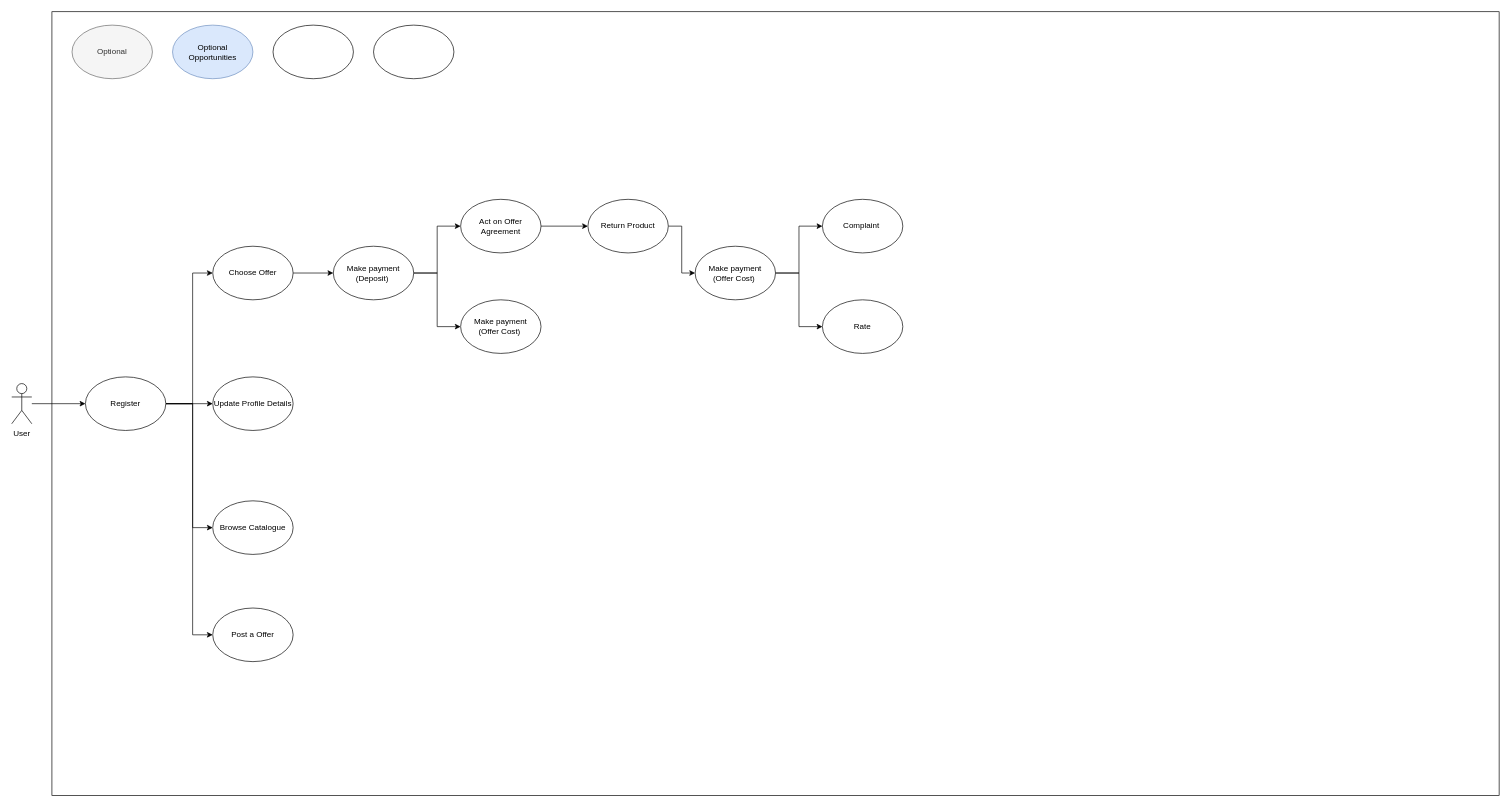
ashtonandrews1/HelpingHand keeps this draw.io diagram as Helpinghand_CaseDiagram.drawio. Above is the earlier version. Source tidied: cells renumbered, new cells numbered last; positions are measured from the earlier drawing's top-left corner, leaving out a move shared by most shapes. Both pictures are drawn from the tidied source at 67%, with x=0, y=0 at pixel (11, 11).
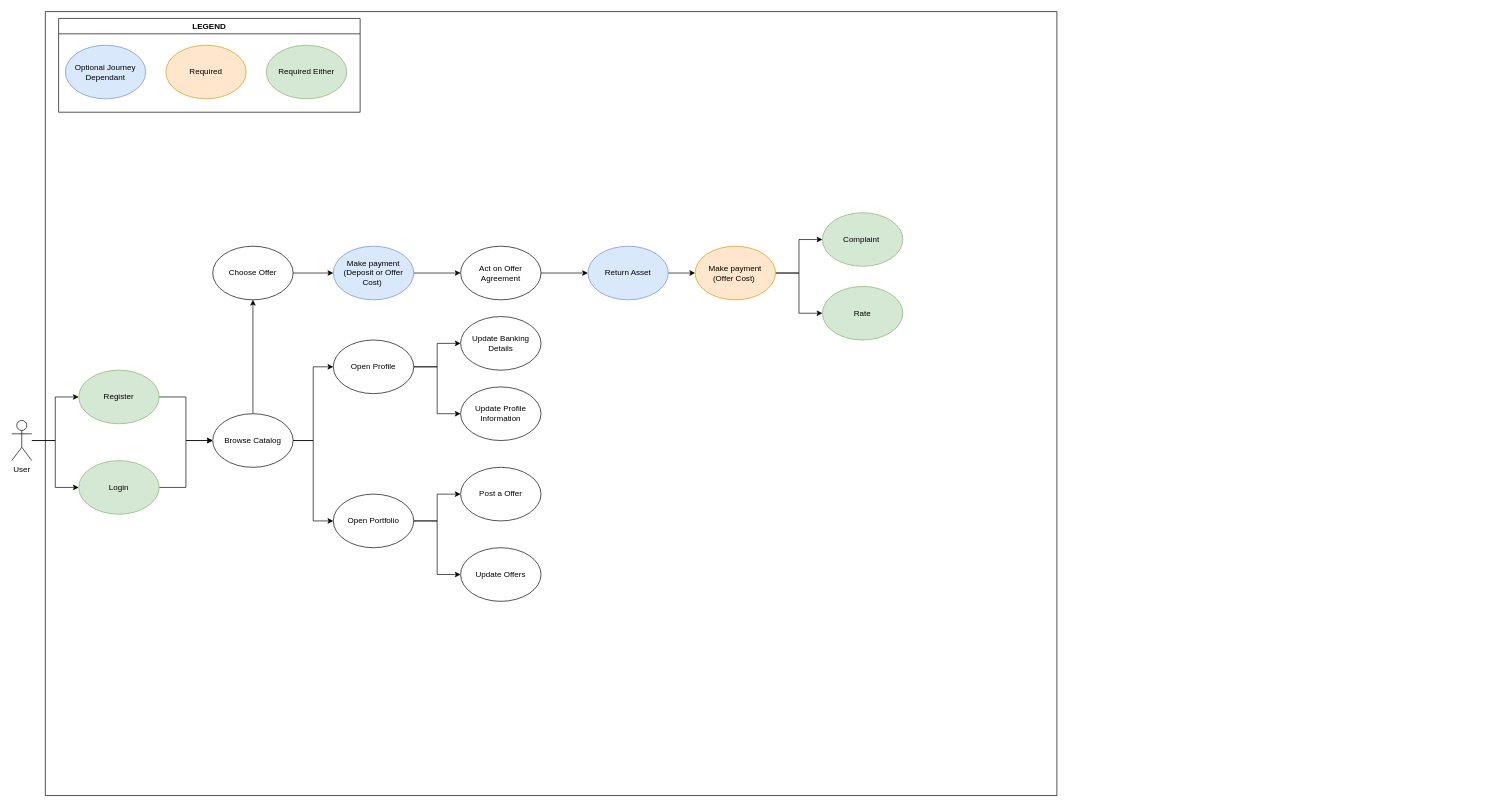
Above is the later version.

Unchanged cells that the change refers to:
```xml
<mxCell id="6" value="Choose Offer" style="ellipse;whiteSpace=wrap;html=1;" parent="1" vertex="1">
  <mxGeometry x="300" y="350" width="120" height="80" as="geometry" />
</mxCell>
```

Change to the diagram source:
```diff
@@
     <mxCell id="2" style="rounded=0;whiteSpace=wrap;html=1;" parent="1" vertex="1">
-      <mxGeometry x="60" width="2160" height="1170" as="geometry" />
+      <mxGeometry x="50" width="1510" height="1170" as="geometry" />
     </mxCell>
@@
+    <mxCell id="32" style="edgeStyle=orthogonalEdgeStyle;rounded=0;jettySize=auto;html=1;" parent="1" edge="1" source="4" target="42">
+      <mxGeometry relative="1" as="geometry" />
+    </mxCell>
     <mxCell id="4" value="User" style="shape=umlActor;verticalLabelPosition=bottom;verticalAlign=top;html=1;outlineConnect=0;" parent="1" vertex="1">
-      <mxGeometry y="555" width="30" height="60" as="geometry" />
+      <mxGeometry y="610" width="30" height="60" as="geometry" />
     </mxCell>
-    <mxCell id="5" style="edgeStyle=orthogonalEdgeStyle;rounded=0;jettySize=auto;html=1;entryX=0;entryY=0.5;entryDx=0;entryDy=0;" parent="1" edge="1" source="6" target="9">
+    <mxCell id="5" style="edgeStyle=orthogonalEdgeStyle;rounded=0;jettySize=auto;html=1;" parent="1" edge="1" source="6" target="9">
       <mxGeometry relative="1" as="geometry" />
     </mxCell>
@@
-    <mxCell id="8" style="edgeStyle=orthogonalEdgeStyle;rounded=0;jettySize=auto;html=1;entryX=0;entryY=0.5;entryDx=0;entryDy=0;" parent="1" edge="1" source="9" target="22">
-      <mxGeometry relative="1" as="geometry" />
-    </mxCell>
-    <mxCell id="9" value="&lt;span style=&quot;font-weight: normal;&quot;&gt;Make payment&lt;/span&gt;&lt;div&gt;&lt;span style=&quot;font-weight: normal;&quot;&gt;(Deposit)&amp;nbsp;&lt;/span&gt;&lt;/div&gt;" style="ellipse;whiteSpace=wrap;html=1;fontStyle=1;" parent="1" vertex="1">
+    <mxCell id="9" value="&lt;span style=&quot;font-weight: normal;&quot;&gt;Make payment&lt;/span&gt;&lt;div&gt;&lt;span style=&quot;font-weight: normal;&quot;&gt;(Deposit or Offer Cost)&amp;nbsp;&lt;/span&gt;&lt;/div&gt;" style="ellipse;whiteSpace=wrap;html=1;fontStyle=1;fillColor=#dae8fc;strokeColor=#6c8ebf;" parent="1" vertex="1">
       <mxGeometry x="480" y="350" width="120" height="80" as="geometry" />
     </mxCell>
@@
     <mxCell id="11" value="Act on Offer Agreement" style="ellipse;whiteSpace=wrap;html=1;" parent="1" vertex="1">
-      <mxGeometry x="670" y="280" width="120" height="80" as="geometry" />
+      <mxGeometry x="670" y="350" width="120" height="80" as="geometry" />
     </mxCell>
@@
-    <mxCell id="13" value="Return Product" style="ellipse;whiteSpace=wrap;html=1;" parent="1" vertex="1">
-      <mxGeometry x="860" y="280" width="120" height="80" as="geometry" />
+    <mxCell id="13" value="Return Asset" style="ellipse;whiteSpace=wrap;html=1;fillColor=#dae8fc;strokeColor=#6c8ebf;" parent="1" vertex="1">
+      <mxGeometry x="860" y="350" width="120" height="80" as="geometry" />
     </mxCell>
-    <mxCell id="14" value="Rate" style="ellipse;whiteSpace=wrap;html=1;" parent="1" vertex="1">
-      <mxGeometry x="1210" y="430" width="120" height="80" as="geometry" />
+    <mxCell id="14" value="Rate" style="ellipse;whiteSpace=wrap;html=1;fillColor=#d5e8d4;strokeColor=#82b366;" parent="1" vertex="1">
+      <mxGeometry x="1210" y="410" width="120" height="80" as="geometry" />
     </mxCell>
-    <mxCell id="15" value="Complaint&amp;nbsp;" style="ellipse;whiteSpace=wrap;html=1;" parent="1" vertex="1">
-      <mxGeometry x="1210" y="280" width="120" height="80" as="geometry" />
+    <mxCell id="15" value="Complaint&amp;nbsp;" style="ellipse;whiteSpace=wrap;html=1;fillColor=#d5e8d4;strokeColor=#82b366;" parent="1" vertex="1">
+      <mxGeometry x="1210" y="300" width="120" height="80" as="geometry" />
     </mxCell>
-    <mxCell id="16" style="edgeStyle=orthogonalEdgeStyle;rounded=0;jettySize=auto;html=1;entryX=0;entryY=0.5;entryDx=0;entryDy=0;" parent="1" edge="1" source="20" target="21">
-      <mxGeometry relative="1" as="geometry">
-        <Array as="points">
-          <mxPoint x="270" y="585" />
-          <mxPoint x="270" y="770" />
-        </Array>
-      </mxGeometry>
-    </mxCell>
-    <mxCell id="17" style="edgeStyle=orthogonalEdgeStyle;rounded=0;jettySize=auto;html=1;entryX=0;entryY=0.5;entryDx=0;entryDy=0;" parent="1" edge="1" source="20" target="6">
-      <mxGeometry relative="1" as="geometry">
-        <Array as="points">
-          <mxPoint x="270" y="585" />
-          <mxPoint x="270" y="390" />
-        </Array>
-      </mxGeometry>
-    </mxCell>
-    <mxCell id="18" style="edgeStyle=orthogonalEdgeStyle;rounded=0;jettySize=auto;html=1;entryX=0;entryY=0.5;entryDx=0;entryDy=0;" parent="1" edge="1" source="20" target="26">
-      <mxGeometry relative="1" as="geometry" />
-    </mxCell>
-    <mxCell id="19" style="edgeStyle=orthogonalEdgeStyle;rounded=0;jettySize=auto;html=1;entryX=0;entryY=0.5;entryDx=0;entryDy=0;" parent="1" edge="1" source="20" target="27">
-      <mxGeometry relative="1" as="geometry">
-        <Array as="points">
-          <mxPoint x="270" y="585" />
-          <mxPoint x="270" y="930" />
-        </Array>
-      </mxGeometry>
-    </mxCell>
+    <mxCell id="33" style="edgeStyle=orthogonalEdgeStyle;rounded=0;jettySize=auto;html=1;" parent="1" edge="1" source="20" target="46">
+      <mxGeometry relative="1" as="geometry" />
+    </mxCell>
-    <mxCell id="20" value="Register" style="ellipse;whiteSpace=wrap;html=1;" parent="1" vertex="1">
-      <mxGeometry x="110" y="545" width="120" height="80" as="geometry" />
+    <mxCell id="20" value="Register" style="ellipse;whiteSpace=wrap;html=1;fillColor=#d5e8d4;strokeColor=#82b366;" parent="1" vertex="1">
+      <mxGeometry x="100" y="535" width="120" height="80" as="geometry" />
     </mxCell>
-    <mxCell id="21" value="Browse Catalogue" style="ellipse;whiteSpace=wrap;html=1;" parent="1" vertex="1">
-      <mxGeometry x="300" y="730" width="120" height="80" as="geometry" />
-    </mxCell>
-    <mxCell id="22" value="&lt;span style=&quot;font-weight: normal;&quot;&gt;Make payment&lt;/span&gt;&lt;div&gt;&lt;span style=&quot;font-weight: normal;&quot;&gt;(Offer Cost)&amp;nbsp;&lt;/span&gt;&lt;/div&gt;" style="ellipse;whiteSpace=wrap;html=1;fontStyle=1;" parent="1" vertex="1">
-      <mxGeometry x="670" y="430" width="120" height="80" as="geometry" />
-    </mxCell>
@@
-    <mxCell id="25" value="&lt;span style=&quot;font-weight: normal;&quot;&gt;Make payment&lt;/span&gt;&lt;div&gt;&lt;span style=&quot;font-weight: normal;&quot;&gt;(Offer Cost)&amp;nbsp;&lt;/span&gt;&lt;/div&gt;" style="ellipse;whiteSpace=wrap;html=1;fontStyle=1;" parent="1" vertex="1">
+    <mxCell id="25" value="&lt;span style=&quot;font-weight: normal;&quot;&gt;Make payment&lt;/span&gt;&lt;div&gt;&lt;span style=&quot;font-weight: normal;&quot;&gt;(Offer Cost)&amp;nbsp;&lt;/span&gt;&lt;/div&gt;" style="ellipse;whiteSpace=wrap;html=1;fontStyle=1;fillColor=#ffe6cc;strokeColor=#d79b00;" parent="1" vertex="1">
       <mxGeometry x="1020" y="350" width="120" height="80" as="geometry" />
     </mxCell>
+    <mxCell id="34" style="edgeStyle=orthogonalEdgeStyle;rounded=0;jettySize=auto;html=1;" parent="1" edge="1" source="26" target="37">
+      <mxGeometry relative="1" as="geometry" />
+    </mxCell>
+    <mxCell id="35" style="edgeStyle=orthogonalEdgeStyle;rounded=0;jettySize=auto;html=1;" parent="1" edge="1" source="26" target="36">
+      <mxGeometry relative="1" as="geometry" />
+    </mxCell>
-    <mxCell id="26" value="Update Profile Details" style="ellipse;whiteSpace=wrap;html=1;" parent="1" vertex="1">
-      <mxGeometry x="300" y="545" width="120" height="80" as="geometry" />
+    <mxCell id="26" value="Open Profile" style="ellipse;whiteSpace=wrap;html=1;" parent="1" vertex="1">
+      <mxGeometry x="480" y="490" width="120" height="80" as="geometry" />
     </mxCell>
-    <mxCell id="27" value="Post a Offer" style="ellipse;whiteSpace=wrap;html=1;" parent="1" vertex="1">
-      <mxGeometry x="300" y="890" width="120" height="80" as="geometry" />
+    <mxCell id="27" value="Update Offers" style="ellipse;whiteSpace=wrap;html=1;" parent="1" vertex="1">
+      <mxGeometry x="670" y="800" width="120" height="80" as="geometry" />
     </mxCell>
-    <mxCell id="28" value="Optional" style="ellipse;whiteSpace=wrap;html=1;fillColor=#f5f5f5;fontColor=#333333;strokeColor=#666666;" parent="1" vertex="1">
-      <mxGeometry x="90" y="20" width="120" height="80" as="geometry" />
-    </mxCell>
-    <mxCell id="29" value="Optional Opportunities" style="ellipse;whiteSpace=wrap;html=1;fillColor=#dae8fc;strokeColor=#6c8ebf;" parent="1" vertex="1">
-      <mxGeometry x="240" y="20" width="120" height="80" as="geometry" />
+    <mxCell id="29" value="Optional Journey Dependant" style="ellipse;whiteSpace=wrap;html=1;fillColor=#dae8fc;strokeColor=#6c8ebf;" parent="1" vertex="1">
+      <mxGeometry x="80" y="50" width="120" height="80" as="geometry" />
     </mxCell>
-    <mxCell id="30" style="ellipse;whiteSpace=wrap;html=1;" parent="1" vertex="1">
-      <mxGeometry x="390" y="20" width="120" height="80" as="geometry" />
-    </mxCell>
-    <mxCell id="31" style="ellipse;whiteSpace=wrap;html=1;" parent="1" vertex="1">
-      <mxGeometry x="540" y="20" width="120" height="80" as="geometry" />
-    </mxCell>
+    <mxCell id="36" value="Update Profile&lt;div&gt;Information&lt;/div&gt;" style="ellipse;whiteSpace=wrap;html=1;" parent="1" vertex="1">
+      <mxGeometry x="670" y="560" width="120" height="80" as="geometry" />
+    </mxCell>
+    <mxCell id="37" value="Update Banking Details" style="ellipse;whiteSpace=wrap;html=1;" parent="1" vertex="1">
+      <mxGeometry x="670" y="455" width="120" height="80" as="geometry" />
+    </mxCell>
+    <mxCell id="38" style="edgeStyle=orthogonalEdgeStyle;rounded=0;jettySize=auto;html=1;" parent="1" edge="1" source="40" target="47">
+      <mxGeometry relative="1" as="geometry" />
+    </mxCell>
+    <mxCell id="39" style="edgeStyle=orthogonalEdgeStyle;rounded=0;jettySize=auto;html=1;" parent="1" edge="1" source="40" target="27">
+      <mxGeometry relative="1" as="geometry" />
+    </mxCell>
+    <mxCell id="40" value="Open Portfolio" style="ellipse;whiteSpace=wrap;html=1;" parent="1" vertex="1">
+      <mxGeometry x="480" y="720" width="120" height="80" as="geometry" />
+    </mxCell>
+    <mxCell id="41" style="edgeStyle=orthogonalEdgeStyle;rounded=0;jettySize=auto;html=1;" parent="1" edge="1" source="42" target="46">
+      <mxGeometry relative="1" as="geometry" />
+    </mxCell>
+    <mxCell id="42" value="Login" style="ellipse;whiteSpace=wrap;html=1;fillColor=#d5e8d4;strokeColor=#82b366;" parent="1" vertex="1">
+      <mxGeometry x="100" y="670" width="120" height="80" as="geometry" />
+    </mxCell>
+    <mxCell id="43" style="edgeStyle=orthogonalEdgeStyle;rounded=0;jettySize=auto;html=1;entryX=0;entryY=0.5;entryDx=0;entryDy=0;" parent="1" edge="1" source="46" target="26">
+      <mxGeometry relative="1" as="geometry" />
+    </mxCell>
+    <mxCell id="44" style="edgeStyle=orthogonalEdgeStyle;rounded=0;jettySize=auto;html=1;entryX=0;entryY=0.5;entryDx=0;entryDy=0;" parent="1" edge="1" source="46" target="40">
+      <mxGeometry relative="1" as="geometry" />
+    </mxCell>
+    <mxCell id="45" style="edgeStyle=orthogonalEdgeStyle;rounded=0;jettySize=auto;html=1;" parent="1" edge="1" source="46" target="6">
+      <mxGeometry relative="1" as="geometry" />
+    </mxCell>
+    <mxCell id="46" value="Browse Catalog" style="ellipse;whiteSpace=wrap;html=1;" parent="1" vertex="1">
+      <mxGeometry x="300" y="600" width="120" height="80" as="geometry" />
+    </mxCell>
+    <mxCell id="47" value="Post a Offer" style="ellipse;whiteSpace=wrap;html=1;" parent="1" vertex="1">
+      <mxGeometry x="670" y="680" width="120" height="80" as="geometry" />
+    </mxCell>
+    <mxCell id="48" value="Required Either" style="ellipse;whiteSpace=wrap;html=1;fillColor=#d5e8d4;strokeColor=#82b366;" parent="1" vertex="1">
+      <mxGeometry x="380" y="50" width="120" height="80" as="geometry" />
+    </mxCell>
+    <mxCell id="49" value="LEGEND" style="swimlane;whiteSpace=wrap;html=1;" parent="1" vertex="1">
+      <mxGeometry x="70" y="10" width="450" height="140" as="geometry" />
+    </mxCell>
+    <mxCell id="50" value="Required" style="ellipse;whiteSpace=wrap;html=1;fillColor=#ffe6cc;strokeColor=#d79b00;" parent="49" vertex="1">
+      <mxGeometry x="160" y="40" width="120" height="80" as="geometry" />
+    </mxCell>
```
